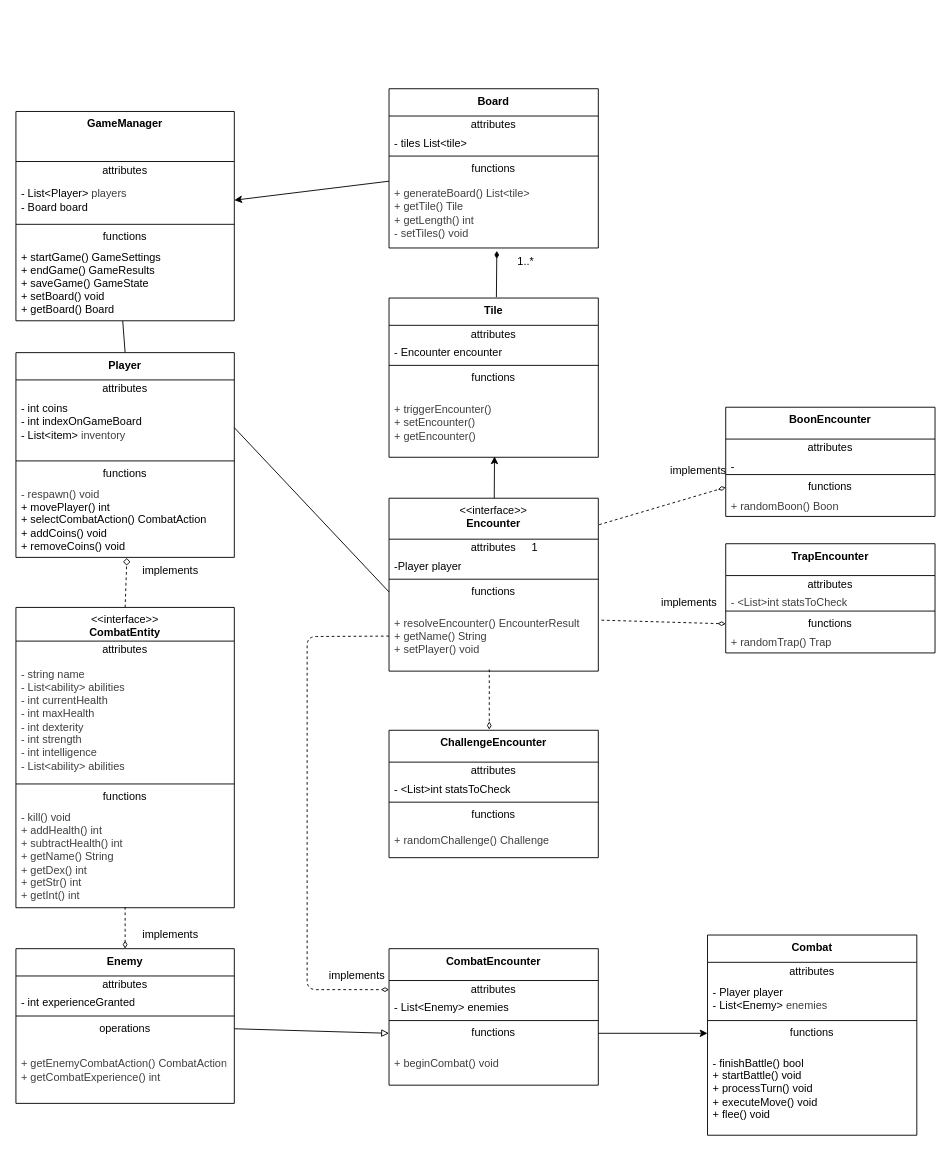
This is NOTCODE/class.drawio from LeoAUT1/COMP602-Assignment-1, a draw.io file, before an edit. Source tidied: cells renumbered, new cells numbered last; positions are measured from the earlier drawing's top-left corner, leaving out a move shared by most shapes. Both pictures are drawn from the tidied source at 91%, with x=0, y=0 at pixel (15, 88).
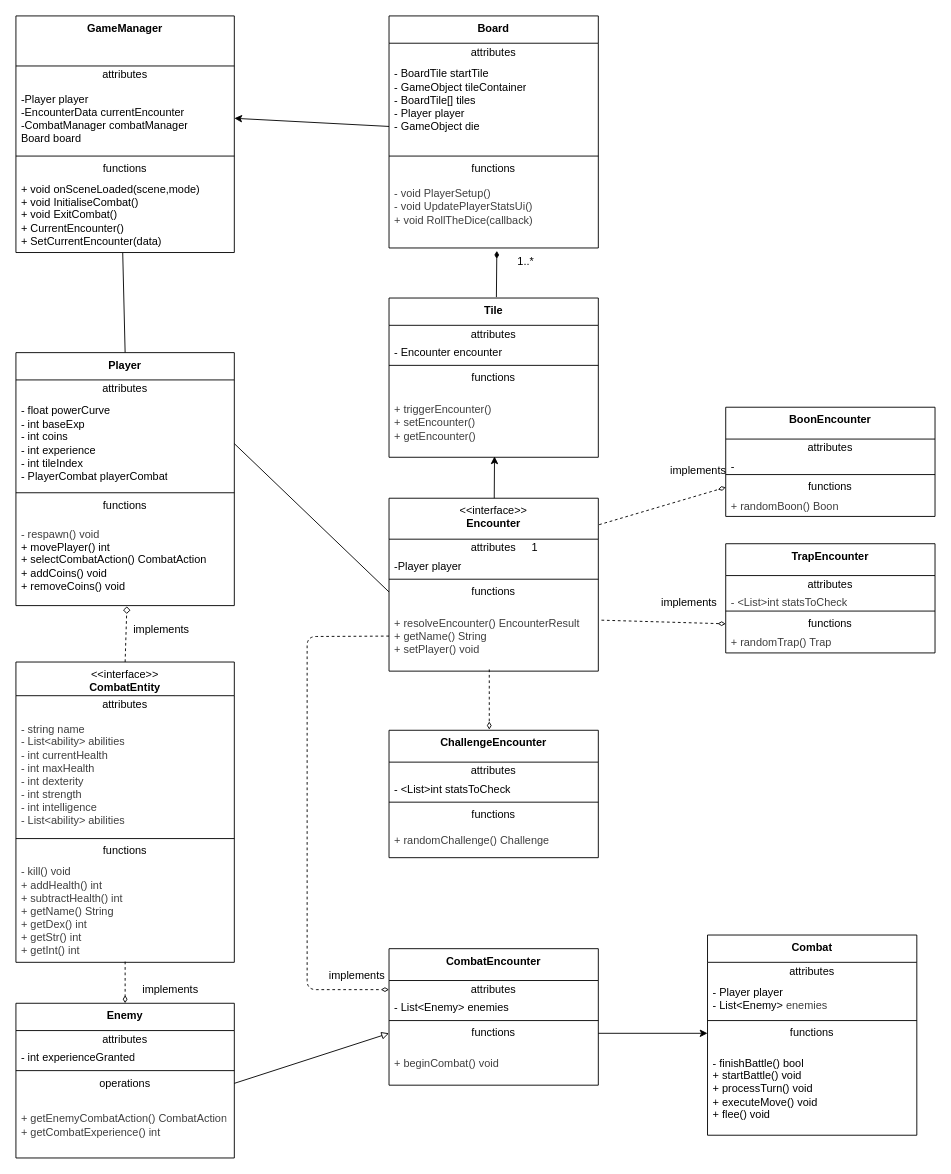
The same diagram, later.

The edit, as a diff of the source:
```diff
@@
     <mxCell id="15" value="implements" style="text;html=1;align=center;verticalAlign=middle;whiteSpace=wrap;rounded=0;" parent="1" vertex="1">
-      <mxGeometry x="140" y="515" width="60" height="30" as="geometry" />
+      <mxGeometry x="130" y="580" width="60" height="30" as="geometry" />
     </mxCell>
@@
     <mxCell id="20" value="&lt;b&gt;Player&lt;/b&gt;" style="swimlane;fontStyle=0;align=center;verticalAlign=top;horizontal=1;startSize=30;html=1;whiteSpace=wrap;" parent="1" vertex="1">
-      <mxGeometry y="290" width="240" height="225" as="geometry" />
+      <mxGeometry y="290" width="240" height="278" as="geometry" />
     </mxCell>
@@
-    <mxCell id="22" value="&lt;div&gt;&lt;span style=&quot;background-color: transparent;&quot;&gt;- int coins&lt;/span&gt;&lt;/div&gt;&lt;div&gt;&lt;span style=&quot;background-color: transparent;&quot;&gt;- int indexOnGameBoard&lt;/span&gt;&lt;/div&gt;&lt;div&gt;- List&amp;lt;item&amp;gt;&amp;nbsp;&lt;span style=&quot;background-color: transparent; color: rgb(63, 63, 63);&quot;&gt;inventory&lt;/span&gt;&lt;/div&gt;&lt;div&gt;&lt;br&gt;&lt;/div&gt;" style="text;html=1;strokeColor=none;fillColor=none;align=left;verticalAlign=middle;spacingLeft=4;spacingRight=4;overflow=hidden;points=[[0,0.5],[1,0.5]];portConstraint=eastwest;whiteSpace=wrap;" parent="20" vertex="1">
-      <mxGeometry y="50" width="240" height="65" as="geometry" />
+    <mxCell id="22" value="&lt;div&gt;&lt;span style=&quot;background-color: transparent;&quot;&gt;- float powerCurve&lt;/span&gt;&lt;/div&gt;&lt;div&gt;- int baseExp&lt;/div&gt;&lt;div&gt;&lt;span style=&quot;background-color: transparent;&quot;&gt;- int coins&lt;/span&gt;&lt;/div&gt;&lt;div&gt;&lt;span style=&quot;background-color: transparent;&quot;&gt;- int experience&lt;/span&gt;&lt;/div&gt;&lt;div&gt;&lt;span style=&quot;background-color: transparent;&quot;&gt;- int tileIndex&lt;/span&gt;&lt;/div&gt;&lt;div&gt;- PlayerCombat playerCombat&lt;/div&gt;" style="text;html=1;strokeColor=none;fillColor=none;align=left;verticalAlign=middle;spacingLeft=4;spacingRight=4;overflow=hidden;points=[[0,0.5],[1,0.5]];portConstraint=eastwest;whiteSpace=wrap;" parent="20" vertex="1">
+      <mxGeometry y="50" width="240" height="100" as="geometry" />
     </mxCell>
     <mxCell id="23" style="line;strokeWidth=1;fillColor=none;align=left;verticalAlign=middle;spacingTop=-1;spacingLeft=3;spacingRight=3;labelPosition=right;" parent="20" vertex="1">
-      <mxGeometry y="115" width="240" height="8" as="geometry" />
+      <mxGeometry y="150" width="240" height="8" as="geometry" />
     </mxCell>
     <mxCell id="24" value="functions" style="text;html=1;strokeColor=none;fillColor=none;align=center;verticalAlign=middle;spacingLeft=4;spacingRight=4;overflow=hidden;whiteSpace=wrap;" parent="20" vertex="1">
-      <mxGeometry y="123" width="240" height="20" as="geometry" />
+      <mxGeometry y="158" width="240" height="20" as="geometry" />
     </mxCell>
     <mxCell id="25" value="&lt;div&gt;&lt;span style=&quot;color: rgb(63, 63, 63);&quot;&gt;- respawn() void&lt;/span&gt;&lt;/div&gt;&lt;div&gt;&lt;span style=&quot;background-color: transparent;&quot;&gt;+ movePlayer() int&lt;/span&gt;&lt;/div&gt;&lt;div&gt;&lt;span style=&quot;background-color: transparent;&quot;&gt;+ selectCombatAction() CombatAction&lt;/span&gt;&lt;/div&gt;&lt;div&gt;+ addCoins() void&lt;/div&gt;&lt;div&gt;+ removeCoins() void&lt;/div&gt;" style="text;html=1;strokeColor=none;fillColor=none;align=left;verticalAlign=middle;spacingLeft=4;spacingRight=4;overflow=hidden;points=[[0,0.5],[1,0.5]];portConstraint=eastwest;whiteSpace=wrap;" parent="20" vertex="1">
-      <mxGeometry y="143" width="240" height="82" as="geometry" />
+      <mxGeometry y="178" width="240" height="100" as="geometry" />
     </mxCell>
     <mxCell id="26" value="&lt;div&gt;&lt;b&gt;GameManager&lt;/b&gt;&lt;/div&gt;" style="swimlane;fontStyle=0;align=center;verticalAlign=top;horizontal=1;startSize=55;html=1;whiteSpace=wrap;" parent="1" vertex="1">
-      <mxGeometry y="25" width="240" height="230" as="geometry" />
+      <mxGeometry y="-80" width="240" height="260" as="geometry" />
     </mxCell>
@@
-    <mxCell id="28" value="&lt;div&gt;- List&amp;lt;Player&amp;gt;&amp;nbsp;&lt;span style=&quot;color: rgb(63, 63, 63); background-color: transparent;&quot;&gt;players&lt;/span&gt;&lt;span style=&quot;color: rgb(63, 63, 63); background-color: transparent;&quot;&gt;&amp;nbsp;&lt;/span&gt;&lt;/div&gt;&lt;div&gt;- Board board&lt;/div&gt;" style="text;html=1;strokeColor=none;fillColor=none;align=left;verticalAlign=middle;spacingLeft=4;spacingRight=4;overflow=hidden;points=[[0,0.5],[1,0.5]];portConstraint=eastwest;whiteSpace=wrap;" parent="26" vertex="1">
-      <mxGeometry y="75" width="240" height="45" as="geometry" />
+    <mxCell id="28" value="&lt;div&gt;-Player player&lt;/div&gt;&lt;div&gt;-EncounterData currentEncounter&lt;/div&gt;&lt;div&gt;-CombatManager combatManager&lt;/div&gt;&lt;div&gt;Board board&lt;/div&gt;" style="text;html=1;strokeColor=none;fillColor=none;align=left;verticalAlign=middle;spacingLeft=4;spacingRight=4;overflow=hidden;points=[[0,0.5],[1,0.5]];portConstraint=eastwest;whiteSpace=wrap;" parent="26" vertex="1">
+      <mxGeometry y="75" width="240" height="75" as="geometry" />
     </mxCell>
     <mxCell id="29" style="line;strokeWidth=1;fillColor=none;align=left;verticalAlign=middle;spacingTop=-1;spacingLeft=3;spacingRight=3;labelPosition=right;" parent="26" vertex="1">
-      <mxGeometry y="120" width="240" height="8" as="geometry" />
+      <mxGeometry y="150" width="240" height="8" as="geometry" />
     </mxCell>
     <mxCell id="30" value="functions" style="text;html=1;strokeColor=none;fillColor=none;align=center;verticalAlign=middle;spacingLeft=4;spacingRight=4;overflow=hidden;whiteSpace=wrap;" parent="26" vertex="1">
-      <mxGeometry y="128" width="240" height="20" as="geometry" />
+      <mxGeometry y="158" width="240" height="20" as="geometry" />
     </mxCell>
-    <mxCell id="31" value="&lt;div&gt;+ startGame() GameSettings&lt;br&gt;&lt;/div&gt;&lt;div&gt;+ endGame() GameResults&lt;/div&gt;&lt;div&gt;+ saveGame() GameState&lt;/div&gt;&lt;div&gt;+ setBoard() void&lt;/div&gt;&lt;div&gt;+ getBoard() Board&lt;/div&gt;" style="text;html=1;strokeColor=none;fillColor=none;align=left;verticalAlign=middle;spacingLeft=4;spacingRight=4;overflow=hidden;points=[[0,0.5],[1,0.5]];portConstraint=eastwest;whiteSpace=wrap;" parent="26" vertex="1">
-      <mxGeometry y="148" width="240" height="82" as="geometry" />
+    <mxCell id="31" value="&lt;div&gt;+ void onSceneLoaded(scene,mode)&lt;/div&gt;&lt;div&gt;+ void InitialiseCombat()&lt;/div&gt;&lt;div&gt;+ void ExitCombat()&lt;/div&gt;&lt;div&gt;+ CurrentEncounter()&lt;/div&gt;&lt;div&gt;+ SetCurrentEncounter(data)&lt;/div&gt;" style="text;html=1;strokeColor=none;fillColor=none;align=left;verticalAlign=middle;spacingLeft=4;spacingRight=4;overflow=hidden;points=[[0,0.5],[1,0.5]];portConstraint=eastwest;whiteSpace=wrap;" parent="26" vertex="1">
+      <mxGeometry y="178" width="240" height="82" as="geometry" />
     </mxCell>
     <mxCell id="32" value="&amp;lt;&amp;lt;interface&amp;gt;&amp;gt;&lt;br&gt;&lt;b&gt;CombatEntity&lt;/b&gt;" style="swimlane;fontStyle=0;align=center;verticalAlign=top;horizontal=1;startSize=37;html=1;whiteSpace=wrap;" parent="1" vertex="1">
-      <mxGeometry y="570" width="240" height="330" as="geometry" />
+      <mxGeometry y="630" width="240" height="330" as="geometry" />
     </mxCell>
@@
     <mxCell id="38" value="&lt;b&gt;Enemy&lt;/b&gt;" style="swimlane;fontStyle=0;align=center;verticalAlign=top;horizontal=1;startSize=30;html=1;whiteSpace=wrap;" parent="1" vertex="1">
-      <mxGeometry y="945" width="240" height="170" as="geometry" />
+      <mxGeometry y="1005" width="240" height="170" as="geometry" />
     </mxCell>
@@
     <mxCell id="76" value="&lt;b&gt;Board&lt;/b&gt;" style="swimlane;fontStyle=0;align=center;verticalAlign=top;horizontal=1;startSize=30;html=1;whiteSpace=wrap;" parent="1" vertex="1">
-      <mxGeometry x="410" width="230" height="175" as="geometry" />
+      <mxGeometry x="410" y="-80" width="230" height="255" as="geometry" />
     </mxCell>
@@
-    <mxCell id="78" value="&lt;div&gt;&lt;span style=&quot;background-color: transparent;&quot;&gt;- tiles List&amp;lt;tile&amp;gt;&lt;/span&gt;&lt;/div&gt;&lt;div&gt;&lt;br&gt;&lt;/div&gt;" style="text;html=1;strokeColor=none;fillColor=none;align=left;verticalAlign=middle;spacingLeft=4;spacingRight=4;overflow=hidden;whiteSpace=wrap;" parent="76" vertex="1">
-      <mxGeometry y="50" width="230" height="20" as="geometry" />
+    <mxCell id="78" value="&lt;div&gt;&lt;span style=&quot;background-color: transparent;&quot;&gt;- BoardTile startTile&lt;/span&gt;&lt;/div&gt;&lt;div&gt;- GameObject tileContainer&lt;/div&gt;&lt;div&gt;&lt;span style=&quot;background-color: transparent;&quot;&gt;- BoardTile[] tiles&lt;/span&gt;&lt;/div&gt;&lt;div&gt;&lt;span style=&quot;background-color: transparent;&quot;&gt;- Player player&lt;/span&gt;&lt;/div&gt;&lt;div&gt;- GameObject die&lt;/div&gt;&lt;div&gt;&lt;br&gt;&lt;/div&gt;" style="text;html=1;strokeColor=none;fillColor=none;align=left;verticalAlign=middle;spacingLeft=4;spacingRight=4;overflow=hidden;whiteSpace=wrap;" parent="76" vertex="1">
+      <mxGeometry y="50" width="230" height="100" as="geometry" />
     </mxCell>
     <mxCell id="79" style="line;strokeWidth=1;fillColor=none;align=left;verticalAlign=middle;spacingTop=-1;spacingLeft=3;spacingRight=3;labelPosition=right;" parent="76" vertex="1">
-      <mxGeometry y="70" width="230" height="8" as="geometry" />
+      <mxGeometry y="150" width="230" height="8" as="geometry" />
     </mxCell>
     <mxCell id="80" value="functions" style="text;html=1;strokeColor=none;fillColor=none;align=center;verticalAlign=middle;spacingLeft=4;spacingRight=4;overflow=hidden;whiteSpace=wrap;" parent="76" vertex="1">
-      <mxGeometry y="78" width="230" height="20" as="geometry" />
+      <mxGeometry y="158" width="230" height="20" as="geometry" />
     </mxCell>
-    <mxCell id="81" value="&lt;div style=&quot;color: rgb(63, 63, 63);&quot;&gt;&lt;div&gt;+ generateBoard() List&amp;lt;tile&amp;gt;&lt;/div&gt;&lt;div&gt;+ getTile() Tile&lt;/div&gt;&lt;div&gt;+ getLength() int&lt;/div&gt;&lt;div&gt;&lt;span style=&quot;color: rgb(63, 63, 63);&quot;&gt;- setTiles() void&lt;/span&gt;&lt;/div&gt;&lt;/div&gt;" style="text;html=1;strokeColor=none;fillColor=none;align=left;verticalAlign=middle;spacingLeft=4;spacingRight=4;overflow=hidden;points=[[0,0.5],[1,0.5]];portConstraint=eastwest;whiteSpace=wrap;" parent="76" vertex="1">
-      <mxGeometry y="98" width="230" height="77" as="geometry" />
+    <mxCell id="81" value="&lt;div style=&quot;color: rgb(63, 63, 63);&quot;&gt;&lt;div&gt;- void PlayerSetup()&lt;/div&gt;&lt;div&gt;- void UpdatePlayerStatsUi()&lt;/div&gt;&lt;div&gt;+ void RollTheDice(callback)&lt;/div&gt;&lt;div&gt;&lt;br&gt;&lt;/div&gt;&lt;/div&gt;" style="text;html=1;strokeColor=none;fillColor=none;align=left;verticalAlign=middle;spacingLeft=4;spacingRight=4;overflow=hidden;points=[[0,0.5],[1,0.5]];portConstraint=eastwest;whiteSpace=wrap;" parent="76" vertex="1">
+      <mxGeometry y="178" width="230" height="77" as="geometry" />
     </mxCell>
@@
     <mxCell id="94" value="implements" style="text;html=1;align=center;verticalAlign=middle;whiteSpace=wrap;rounded=0;" parent="1" vertex="1">
-      <mxGeometry x="140" y="915" width="60" height="30" as="geometry" />
+      <mxGeometry x="140" y="975" width="60" height="30" as="geometry" />
     </mxCell>
```
